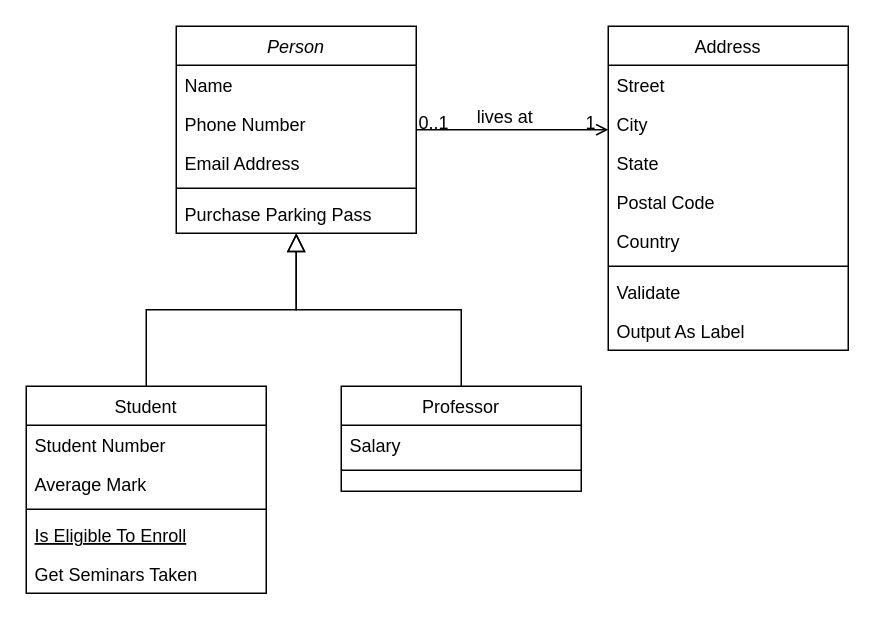
The draw.io diagram maptr2.drawio in jwxnlp/ads, before the edit. Source tidied: cells renumbered, new cells numbered last; positions are measured from the earlier drawing's top-left corner, leaving out a move shared by most shapes. Both pictures are drawn from the tidied source at 150%, with x=0, y=0 at pixel (26, 26).
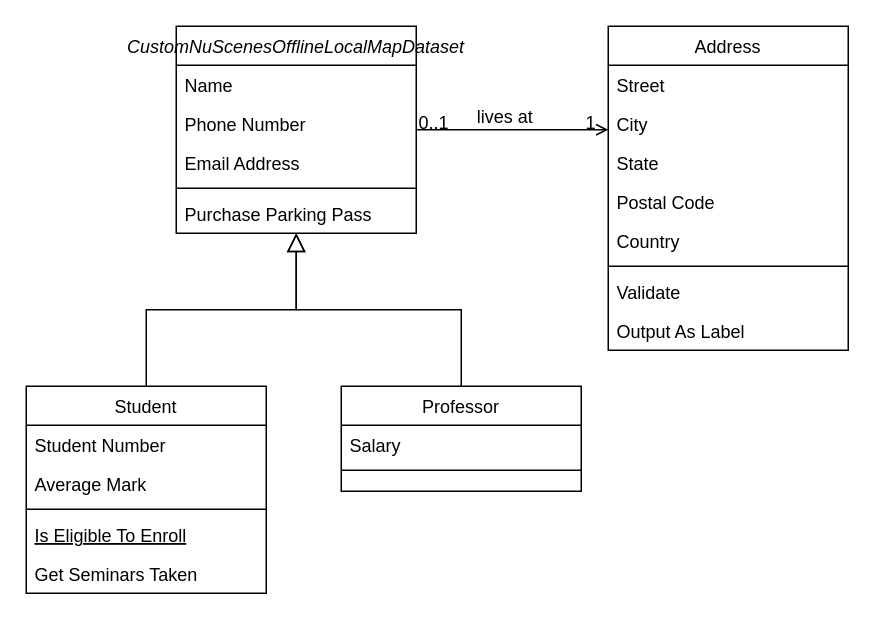
The same diagram, later.

Commit message:
add class of dataset for a experiment

Change to the diagram source:
```diff
@@
-    <mxCell id="2" value="Person" style="swimlane;fontStyle=2;align=center;verticalAlign=top;horizontal=1;startSize=26;rounded=0;shadow=0;strokeWidth=1;" parent="1" vertex="1">
+    <mxCell id="2" value="CustomNuScenesOfflineLocalMapDataset" style="swimlane;fontStyle=2;align=center;verticalAlign=top;horizontal=1;startSize=26;rounded=0;shadow=0;strokeWidth=1;" parent="1" vertex="1">
       <mxGeometry x="100" width="160" height="138" as="geometry" />
     </mxCell>
```
